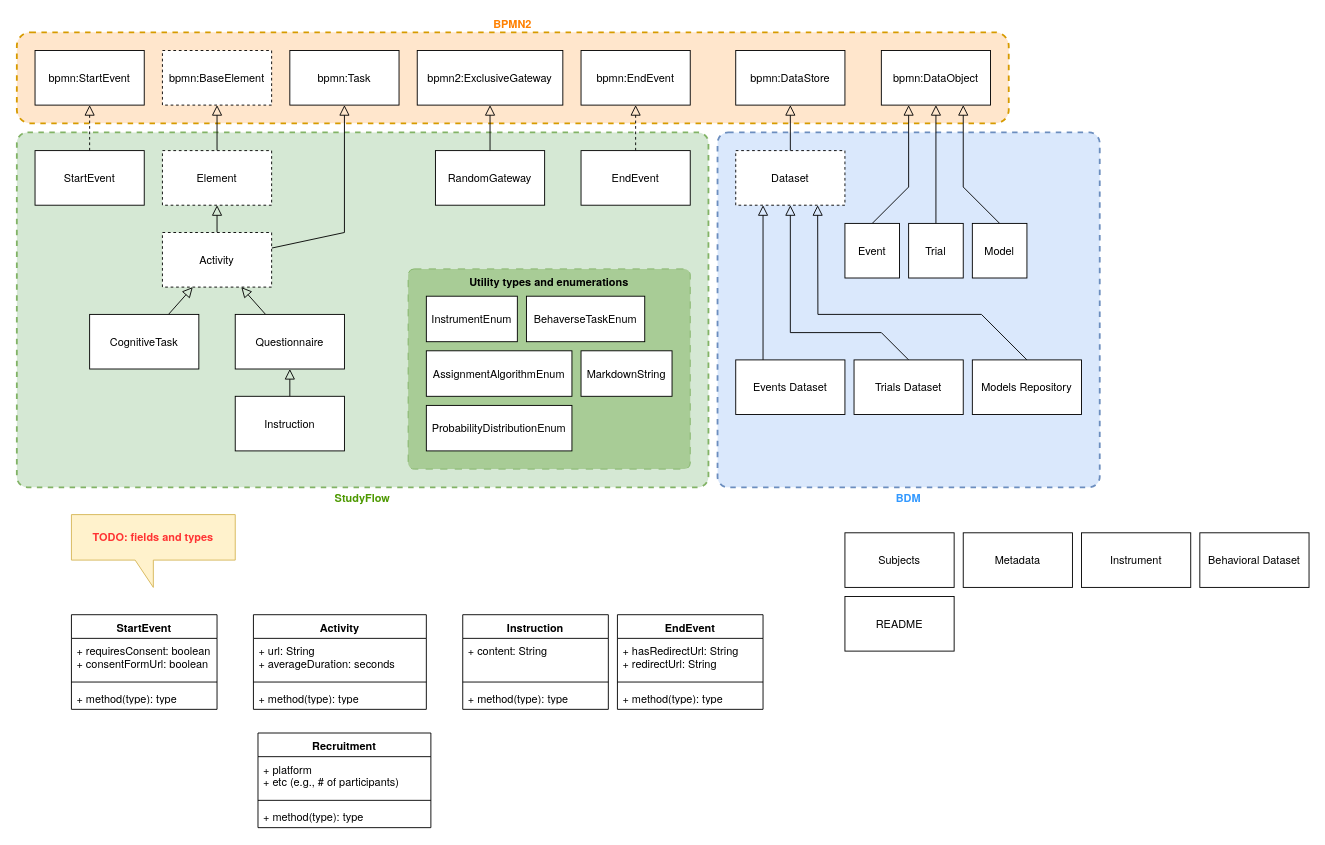
This is docs/assets/etc/studyflow_elements_uml.drawio from behaverse/studyflow-modeler, a draw.io file, before an edit. Source tidied: cells renumbered, new cells numbered last; positions are measured from the earlier drawing's top-left corner, leaving out a move shared by most shapes. Both pictures are drawn from the tidied source at 91%, with x=0, y=0 at pixel (16, 32).
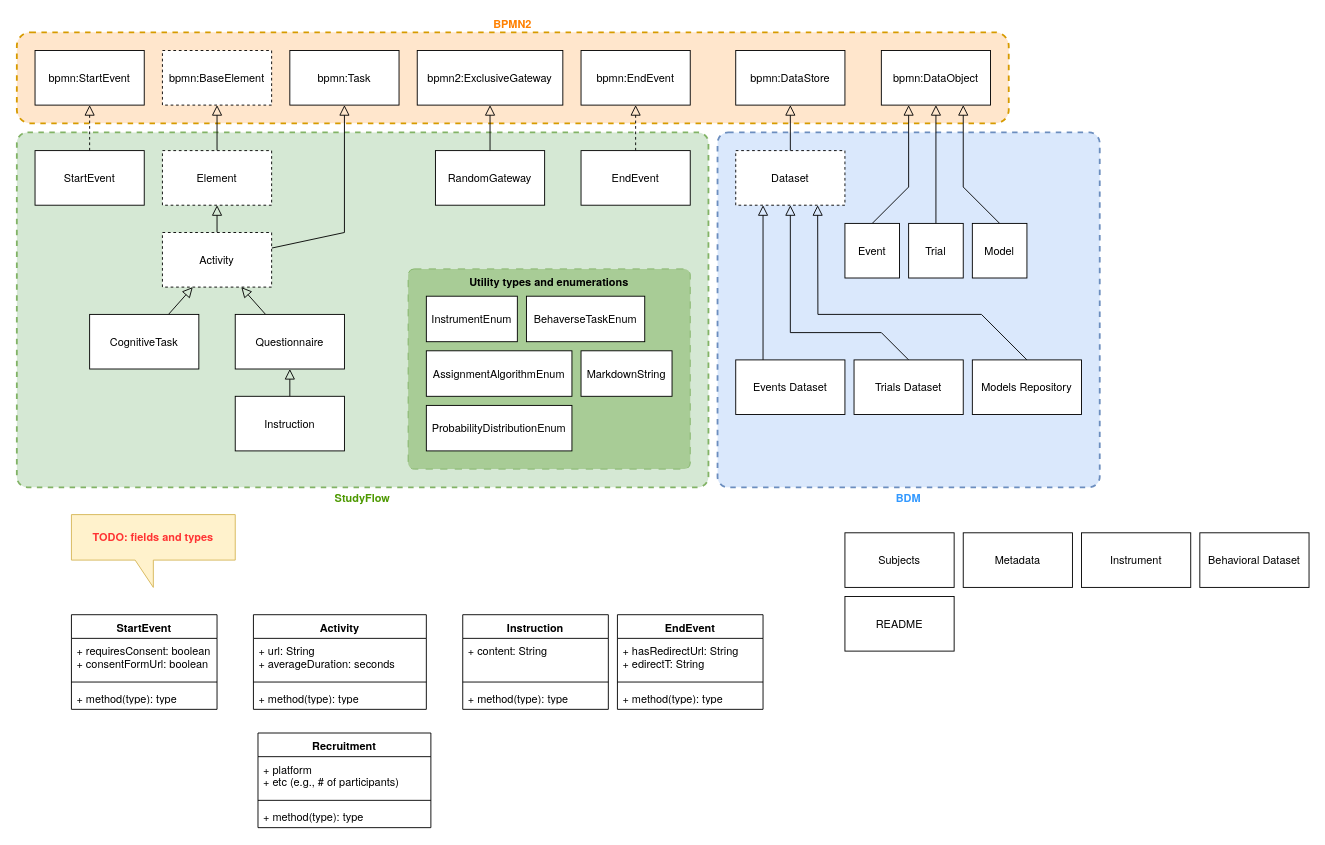
Above is the later version.

The change refers to these unchanged cells:
```xml
<mxCell id="40" value="EndEvent" style="swimlane;fontStyle=1;align=center;verticalAlign=top;horizontal=1;startSize=26;whiteSpace=wrap;html=1;fontFamily=Helvetica Neue;" parent="1" vertex="1">
  <mxGeometry x="660" y="640" width="160" height="104" as="geometry" />
</mxCell>
```

Diff of the diagram source:
```diff
@@
-    <mxCell id="41" value="&lt;div&gt;&lt;span style=&quot;background-color: transparent; color: light-dark(rgb(0, 0, 0), rgb(255, 255, 255));&quot;&gt;+ hasRedirectUrl&lt;/span&gt;&lt;span style=&quot;background-color: transparent; color: light-dark(rgb(0, 0, 0), rgb(255, 255, 255));&quot;&gt;: String&lt;/span&gt;&lt;br&gt;&lt;/div&gt;&lt;div&gt;&lt;span style=&quot;background-color: transparent; color: light-dark(rgb(0, 0, 0), rgb(255, 255, 255));&quot;&gt;+ redirectUrl: String&lt;/span&gt;&lt;/div&gt;" style="text;strokeColor=none;fillColor=none;align=left;verticalAlign=top;spacingLeft=4;spacingRight=4;overflow=hidden;whiteSpace=wrap;html=1;fontFamily=Helvetica Neue;" parent="40" vertex="1">
+    <mxCell id="41" value="&lt;div&gt;&lt;span style=&quot;background-color: transparent; color: light-dark(rgb(0, 0, 0), rgb(255, 255, 255));&quot;&gt;+ hasRedirectUrl&lt;/span&gt;&lt;span style=&quot;background-color: transparent; color: light-dark(rgb(0, 0, 0), rgb(255, 255, 255));&quot;&gt;: String&lt;/span&gt;&lt;br&gt;&lt;/div&gt;&lt;div&gt;&lt;span style=&quot;background-color: transparent; color: light-dark(rgb(0, 0, 0), rgb(255, 255, 255));&quot;&gt;+ edirectT: String&lt;/span&gt;&lt;/div&gt;" style="text;strokeColor=none;fillColor=none;align=left;verticalAlign=top;spacingLeft=4;spacingRight=4;overflow=hidden;whiteSpace=wrap;html=1;fontFamily=Helvetica Neue;" parent="40" vertex="1">
       <mxGeometry y="26" width="160" height="44" as="geometry" />
     </mxCell>
```
